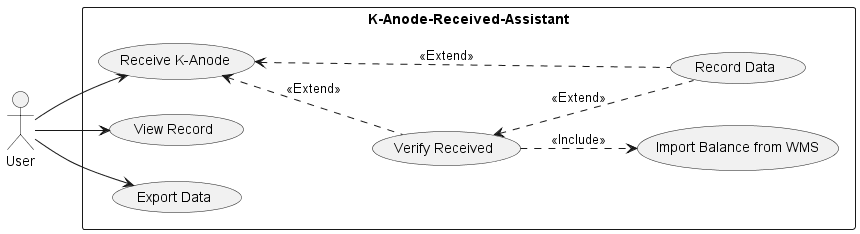
Earlier version of the PlantUML export out/UML/Concept/UseCase.png (Shinodari/K-Anode-Received-Assistant-Design).
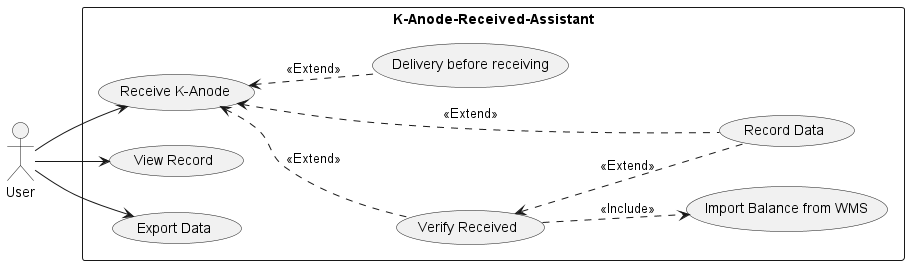
After the change.

Commit message:
usecase:add delivery before receiving

Diff of the diagram source:
```diff
@@ -4,11 +4,14 @@
     usecase "Receive K-Anode" as receive
     usecase "Verify Received" as verify
     usecase "Record Data" as record
+    usecase "Delivery before receiving" as delivery
     usecase "View Record" as view
     usecase "Export Data" as export
     usecase "Import Balance from WMS" as import
 }
 User --> receive
+
+receive <.. delivery : <<Extend>>
 
 receive <.. verify : <<Extend>>
 verify ..> import : <<Include>>
```
